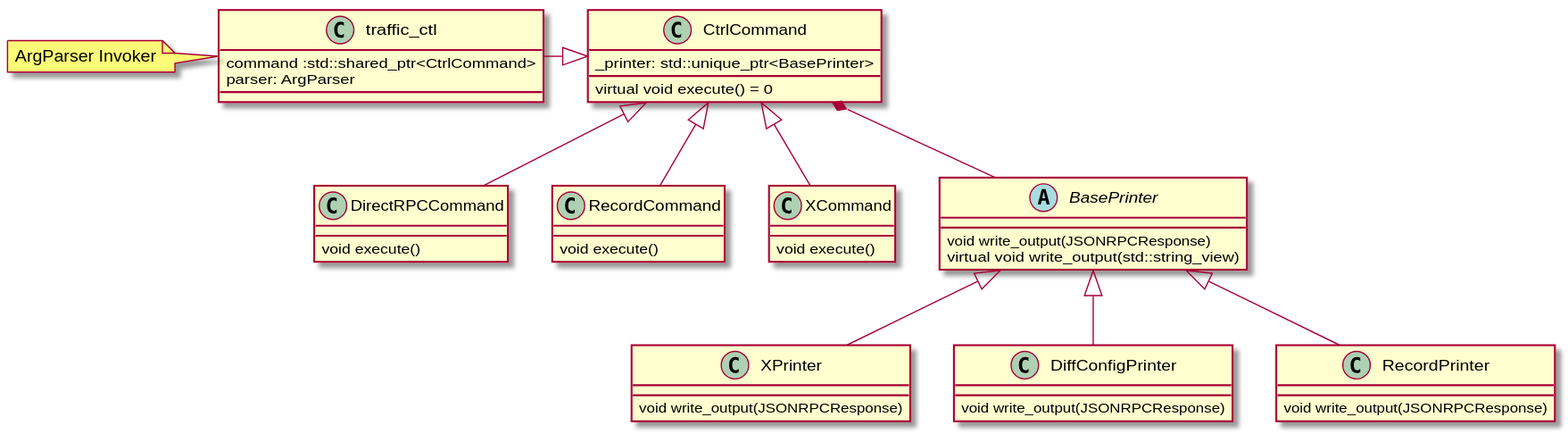
Above: ats/_images/traffic_ctl-class-diagram.svg in brbzull0/brbzull0.github.io (PlantUML), before the change.
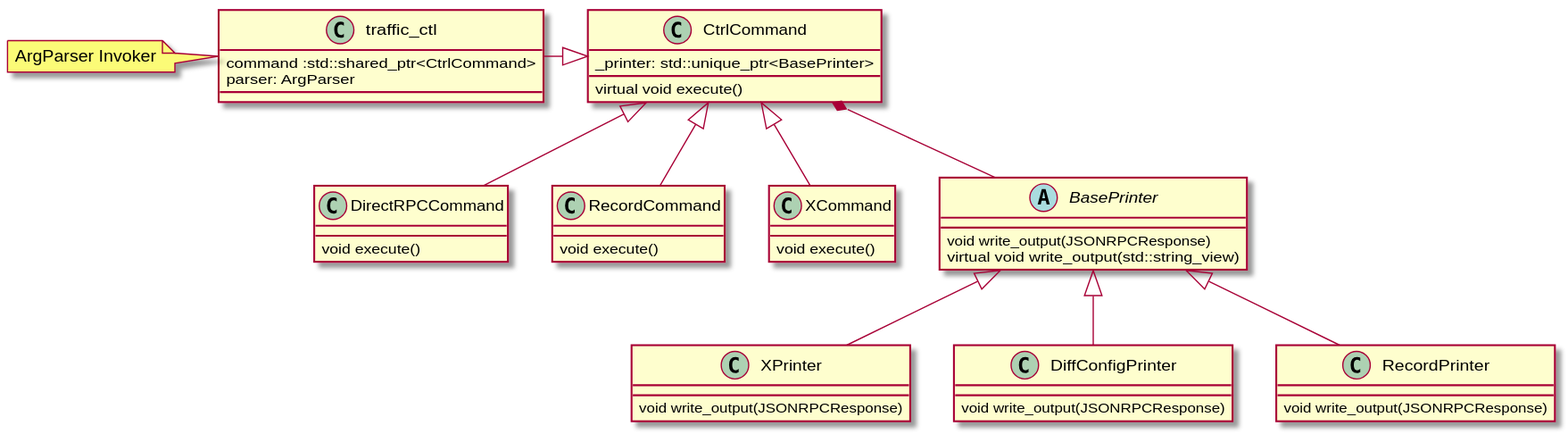
Above is the later version.

The edit, as a diff of the source:
```diff
@@ -6,7 +6,7 @@
 }
 note left: ArgParser Invoker
 class CtrlCommand {
-virtual void execute() = 0
+virtual void execute()
 _printer: std::unique_ptr<BasePrinter>
 }
 
```
